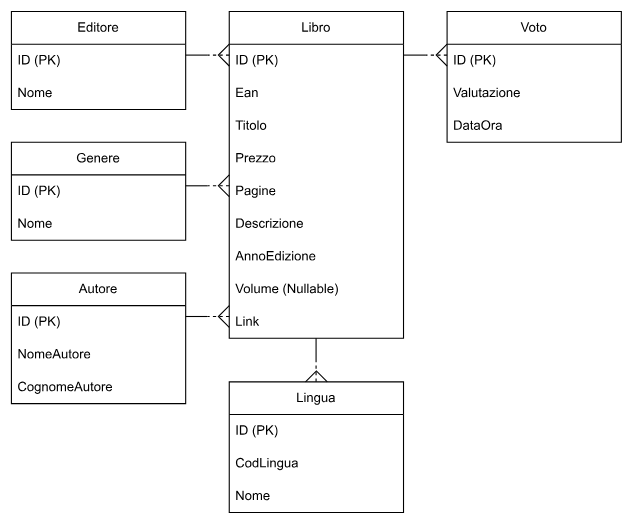
This is src/main/resources/utility/SchemaER.svg from Achille004-School/EsploraLibri, a draw.io export, as it was before one commit. Source tidied: cells renumbered, new cells last; positions are measured from the earlier drawing's top-left corner, leaving out a move shared by most shapes. Its diagram source:
```xml
<mxGraphModel>
  <root>
    <mxCell id="0" />
    <mxCell id="1" parent="0" />
    <mxCell id="2" value="Voto" style="swimlane;fontStyle=0;horizontal=1;startSize=30;whiteSpace=wrap;html=1;" parent="1" vertex="1">
      <mxGeometry x="400" width="160" height="120" as="geometry" />
    </mxCell>
    <mxCell id="3" value="ID (PK)" style="text;strokeColor=none;fillColor=none;align=left;verticalAlign=middle;spacingLeft=4;spacingRight=4;overflow=hidden;whiteSpace=wrap;html=1;" parent="2" vertex="1">
      <mxGeometry y="30" width="160" height="30" as="geometry" />
    </mxCell>
    <mxCell id="4" value="Valutazione" style="text;strokeColor=none;fillColor=none;align=left;verticalAlign=middle;spacingLeft=4;spacingRight=4;overflow=hidden;whiteSpace=wrap;html=1;" parent="2" vertex="1">
      <mxGeometry y="60" width="160" height="30" as="geometry" />
    </mxCell>
    <mxCell id="5" value="DataOra" style="text;strokeColor=none;fillColor=none;align=left;verticalAlign=middle;spacingLeft=4;spacingRight=4;overflow=hidden;whiteSpace=wrap;html=1;" parent="2" vertex="1">
      <mxGeometry y="90" width="160" height="30" as="geometry" />
    </mxCell>
    <mxCell id="6" value="Autore" style="swimlane;fontStyle=0;horizontal=1;startSize=30;whiteSpace=wrap;html=1;" parent="1" vertex="1">
      <mxGeometry y="240" width="160" height="120" as="geometry" />
    </mxCell>
    <mxCell id="7" value="ID (PK)" style="text;strokeColor=none;fillColor=none;align=left;verticalAlign=middle;spacingLeft=4;spacingRight=4;overflow=hidden;whiteSpace=wrap;html=1;" parent="6" vertex="1">
      <mxGeometry y="30" width="160" height="30" as="geometry" />
    </mxCell>
    <mxCell id="8" value="NomeAutore" style="text;strokeColor=none;fillColor=none;align=left;verticalAlign=middle;spacingLeft=4;spacingRight=4;overflow=hidden;whiteSpace=wrap;html=1;" parent="6" vertex="1">
      <mxGeometry y="60" width="160" height="30" as="geometry" />
    </mxCell>
    <mxCell id="9" value="CognomeAutore" style="text;strokeColor=none;fillColor=none;align=left;verticalAlign=middle;spacingLeft=4;spacingRight=4;overflow=hidden;whiteSpace=wrap;html=1;" parent="6" vertex="1">
      <mxGeometry y="90" width="160" height="30" as="geometry" />
    </mxCell>
    <mxCell id="10" value="Libro" style="swimlane;fontStyle=0;horizontal=1;startSize=30;whiteSpace=wrap;html=1;" parent="1" vertex="1">
      <mxGeometry x="200" width="160" height="300" as="geometry" />
    </mxCell>
    <mxCell id="11" value="ID (PK)" style="text;strokeColor=none;fillColor=none;align=left;verticalAlign=middle;spacingLeft=4;spacingRight=4;overflow=hidden;whiteSpace=wrap;html=1;" parent="10" vertex="1">
      <mxGeometry y="30" width="160" height="30" as="geometry" />
    </mxCell>
    <mxCell id="12" value="Ean" style="text;strokeColor=none;fillColor=none;align=left;verticalAlign=middle;spacingLeft=4;spacingRight=4;overflow=hidden;whiteSpace=wrap;html=1;" parent="10" vertex="1">
      <mxGeometry y="60" width="160" height="30" as="geometry" />
    </mxCell>
    <mxCell id="13" value="Titolo" style="text;strokeColor=none;fillColor=none;align=left;verticalAlign=middle;spacingLeft=4;spacingRight=4;overflow=hidden;whiteSpace=wrap;html=1;" parent="10" vertex="1">
      <mxGeometry y="90" width="160" height="30" as="geometry" />
    </mxCell>
    <mxCell id="14" value="Prezzo" style="text;strokeColor=none;fillColor=none;align=left;verticalAlign=middle;spacingLeft=4;spacingRight=4;overflow=hidden;whiteSpace=wrap;html=1;" parent="10" vertex="1">
      <mxGeometry y="120" width="160" height="30" as="geometry" />
    </mxCell>
    <mxCell id="15" value="Pagine" style="text;strokeColor=none;fillColor=none;align=left;verticalAlign=middle;spacingLeft=4;spacingRight=4;overflow=hidden;whiteSpace=wrap;html=1;" parent="10" vertex="1">
      <mxGeometry y="150" width="160" height="30" as="geometry" />
    </mxCell>
    <mxCell id="16" value="Descrizione" style="text;strokeColor=none;fillColor=none;align=left;verticalAlign=middle;spacingLeft=4;spacingRight=4;overflow=hidden;whiteSpace=wrap;html=1;" parent="10" vertex="1">
      <mxGeometry y="180" width="160" height="30" as="geometry" />
    </mxCell>
    <mxCell id="17" value="AnnoEdizione" style="text;strokeColor=none;fillColor=none;align=left;verticalAlign=middle;spacingLeft=4;spacingRight=4;overflow=hidden;whiteSpace=wrap;html=1;" parent="10" vertex="1">
      <mxGeometry y="210" width="160" height="30" as="geometry" />
    </mxCell>
    <mxCell id="18" value="Volume (Nullable)" style="text;strokeColor=none;fillColor=none;align=left;verticalAlign=middle;spacingLeft=4;spacingRight=4;overflow=hidden;whiteSpace=wrap;html=1;" parent="10" vertex="1">
      <mxGeometry y="240" width="160" height="30" as="geometry" />
    </mxCell>
    <mxCell id="19" value="Link" style="text;strokeColor=none;fillColor=none;align=left;verticalAlign=middle;spacingLeft=4;spacingRight=4;overflow=hidden;whiteSpace=wrap;html=1;" parent="10" vertex="1">
      <mxGeometry y="270" width="160" height="30" as="geometry" />
    </mxCell>
    <mxCell id="20" value="Editore" style="swimlane;fontStyle=0;horizontal=1;startSize=30;whiteSpace=wrap;html=1;" parent="1" vertex="1">
      <mxGeometry width="160" height="90" as="geometry" />
    </mxCell>
    <mxCell id="21" value="ID (PK)" style="text;strokeColor=none;fillColor=none;align=left;verticalAlign=middle;spacingLeft=4;spacingRight=4;overflow=hidden;whiteSpace=wrap;html=1;" parent="20" vertex="1">
      <mxGeometry y="30" width="160" height="30" as="geometry" />
    </mxCell>
    <mxCell id="22" value="Nome" style="text;strokeColor=none;fillColor=none;align=left;verticalAlign=middle;spacingLeft=4;spacingRight=4;overflow=hidden;whiteSpace=wrap;html=1;" parent="20" vertex="1">
      <mxGeometry y="60" width="160" height="30" as="geometry" />
    </mxCell>
    <mxCell id="23" value="Genere" style="swimlane;fontStyle=0;horizontal=1;startSize=30;whiteSpace=wrap;html=1;" parent="1" vertex="1">
      <mxGeometry y="120" width="160" height="90" as="geometry" />
    </mxCell>
    <mxCell id="24" value="ID (PK)" style="text;strokeColor=none;fillColor=none;align=left;verticalAlign=middle;spacingLeft=4;spacingRight=4;overflow=hidden;whiteSpace=wrap;html=1;" parent="23" vertex="1">
      <mxGeometry y="30" width="160" height="30" as="geometry" />
    </mxCell>
    <mxCell id="25" value="Nome" style="text;strokeColor=none;fillColor=none;align=left;verticalAlign=middle;spacingLeft=4;spacingRight=4;overflow=hidden;whiteSpace=wrap;html=1;" parent="23" vertex="1">
      <mxGeometry y="60" width="160" height="30" as="geometry" />
    </mxCell>
    <mxCell id="26" value="Lingua" style="swimlane;fontStyle=0;horizontal=1;startSize=30;whiteSpace=wrap;html=1;" parent="1" vertex="1">
      <mxGeometry x="200" y="340" width="160" height="120" as="geometry" />
    </mxCell>
    <mxCell id="27" value="ID (PK)" style="text;strokeColor=none;fillColor=none;align=left;verticalAlign=middle;spacingLeft=4;spacingRight=4;overflow=hidden;whiteSpace=wrap;html=1;" parent="26" vertex="1">
      <mxGeometry y="30" width="160" height="30" as="geometry" />
    </mxCell>
    <mxCell id="28" value="CodLingua" style="text;strokeColor=none;fillColor=none;align=left;verticalAlign=middle;spacingLeft=4;spacingRight=4;overflow=hidden;whiteSpace=wrap;html=1;" parent="26" vertex="1">
      <mxGeometry y="60" width="160" height="30" as="geometry" />
    </mxCell>
    <mxCell id="29" value="Nome" style="text;strokeColor=none;fillColor=none;align=left;verticalAlign=middle;spacingLeft=4;spacingRight=4;overflow=hidden;whiteSpace=wrap;html=1;" parent="26" vertex="1">
      <mxGeometry y="90" width="160" height="30" as="geometry" />
    </mxCell>
    <mxCell id="30" style="endArrow=none;html=1;rounded=0;" parent="1" edge="1">
      <mxGeometry relative="1" as="geometry">
        <mxPoint x="180" y="160" as="sourcePoint" />
        <mxPoint x="160" y="160" as="targetPoint" />
      </mxGeometry>
    </mxCell>
    <mxCell id="31" style="endArrow=none;dashed=1;html=1;rounded=0;" parent="1" edge="1">
      <mxGeometry relative="1" as="geometry">
        <mxPoint x="200" y="160" as="sourcePoint" />
        <mxPoint x="180" y="160" as="targetPoint" />
      </mxGeometry>
    </mxCell>
    <mxCell id="32" style="endArrow=none;html=1;rounded=0;" parent="1" edge="1">
      <mxGeometry relative="1" as="geometry">
        <mxPoint x="200" y="170" as="sourcePoint" />
        <mxPoint x="200" y="150" as="targetPoint" />
        <Array as="points">
          <mxPoint x="190" y="160" />
        </Array>
      </mxGeometry>
    </mxCell>
    <mxCell id="33" style="endArrow=none;html=1;rounded=0;" parent="1" edge="1">
      <mxGeometry relative="1" as="geometry">
        <mxPoint x="180" y="40" as="sourcePoint" />
        <mxPoint x="160" y="40" as="targetPoint" />
      </mxGeometry>
    </mxCell>
    <mxCell id="34" style="endArrow=none;dashed=1;html=1;rounded=0;" parent="1" edge="1">
      <mxGeometry relative="1" as="geometry">
        <mxPoint x="200" y="40" as="sourcePoint" />
        <mxPoint x="180" y="40" as="targetPoint" />
      </mxGeometry>
    </mxCell>
    <mxCell id="35" style="endArrow=none;html=1;rounded=0;" parent="1" edge="1">
      <mxGeometry relative="1" as="geometry">
        <mxPoint x="200" y="50" as="sourcePoint" />
        <mxPoint x="200" y="30" as="targetPoint" />
        <Array as="points">
          <mxPoint x="190" y="40" />
        </Array>
      </mxGeometry>
    </mxCell>
    <mxCell id="36" style="endArrow=none;html=1;rounded=0;" parent="1" edge="1">
      <mxGeometry relative="1" as="geometry">
        <mxPoint x="180" y="280" as="sourcePoint" />
        <mxPoint x="160" y="280" as="targetPoint" />
      </mxGeometry>
    </mxCell>
    <mxCell id="37" style="endArrow=none;dashed=1;html=1;rounded=0;" parent="1" edge="1">
      <mxGeometry relative="1" as="geometry">
        <mxPoint x="200" y="280" as="sourcePoint" />
        <mxPoint x="180" y="280" as="targetPoint" />
      </mxGeometry>
    </mxCell>
    <mxCell id="38" style="endArrow=none;html=1;rounded=0;" parent="1" edge="1">
      <mxGeometry relative="1" as="geometry">
        <mxPoint x="200" y="290" as="sourcePoint" />
        <mxPoint x="200" y="270" as="targetPoint" />
        <Array as="points">
          <mxPoint x="190" y="280" />
        </Array>
      </mxGeometry>
    </mxCell>
    <mxCell id="39" style="endArrow=none;html=1;rounded=0;" parent="1" edge="1">
      <mxGeometry relative="1" as="geometry">
        <mxPoint x="279.7" y="320" as="sourcePoint" />
        <mxPoint x="279.7" y="300" as="targetPoint" />
      </mxGeometry>
    </mxCell>
    <mxCell id="40" style="endArrow=none;dashed=1;html=1;rounded=0;" parent="1" edge="1">
      <mxGeometry relative="1" as="geometry">
        <mxPoint x="279.7" y="340" as="sourcePoint" />
        <mxPoint x="279.7" y="320" as="targetPoint" />
      </mxGeometry>
    </mxCell>
    <mxCell id="41" style="endArrow=none;html=1;rounded=0;" parent="1" edge="1">
      <mxGeometry relative="1" as="geometry">
        <mxPoint x="270" y="340" as="sourcePoint" />
        <mxPoint x="290" y="340" as="targetPoint" />
        <Array as="points">
          <mxPoint x="280" y="330" />
        </Array>
      </mxGeometry>
    </mxCell>
    <mxCell id="42" style="endArrow=none;html=1;rounded=0;" parent="1" edge="1">
      <mxGeometry relative="1" as="geometry">
        <mxPoint x="380" y="40" as="sourcePoint" />
        <mxPoint x="360" y="40" as="targetPoint" />
      </mxGeometry>
    </mxCell>
    <mxCell id="43" style="endArrow=none;dashed=1;html=1;rounded=0;" parent="1" edge="1">
      <mxGeometry relative="1" as="geometry">
        <mxPoint x="400" y="40" as="sourcePoint" />
        <mxPoint x="380" y="40" as="targetPoint" />
      </mxGeometry>
    </mxCell>
    <mxCell id="44" style="endArrow=none;html=1;rounded=0;" parent="1" edge="1">
      <mxGeometry relative="1" as="geometry">
        <mxPoint x="400" y="50" as="sourcePoint" />
        <mxPoint x="400" y="30" as="targetPoint" />
        <Array as="points">
          <mxPoint x="390" y="40" />
        </Array>
      </mxGeometry>
    </mxCell>
  </root>
</mxGraphModel>
```
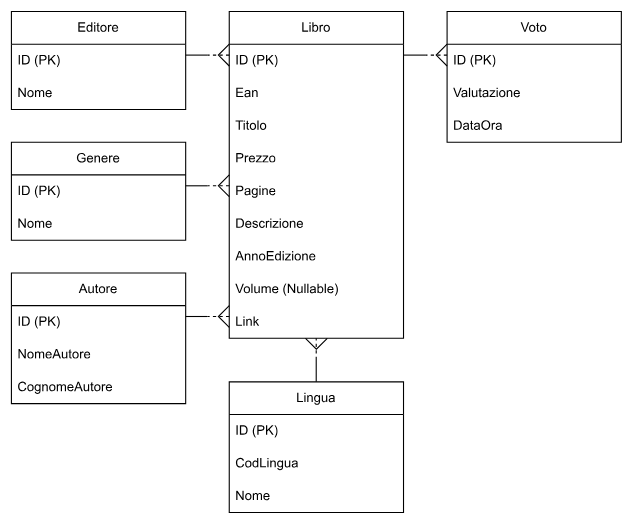
After the change.

Commit message:
Sistemato piccolo errore in una associazione nello schema ER.

What changed in the source:
```diff
@@ -86,6 +86,12 @@
     <mxCell id="29" value="Nome" style="text;strokeColor=none;fillColor=none;align=left;verticalAlign=middle;spacingLeft=4;spacingRight=4;overflow=hidden;whiteSpace=wrap;html=1;" parent="26" vertex="1">
       <mxGeometry y="90" width="160" height="30" as="geometry" />
     </mxCell>
+    <mxCell id="39" style="endArrow=none;html=1;rounded=0;" parent="26" edge="1">
+      <mxGeometry relative="1" as="geometry">
+        <mxPoint x="79.9" as="sourcePoint" />
+        <mxPoint x="79.9" y="-20" as="targetPoint" />
+      </mxGeometry>
+    </mxCell>
     <mxCell id="30" style="endArrow=none;html=1;rounded=0;" parent="1" edge="1">
       <mxGeometry relative="1" as="geometry">
         <mxPoint x="180" y="160" as="sourcePoint" />
@@ -149,24 +155,18 @@
         </Array>
       </mxGeometry>
     </mxCell>
-    <mxCell id="39" style="endArrow=none;html=1;rounded=0;" parent="1" edge="1">
-      <mxGeometry relative="1" as="geometry">
-        <mxPoint x="279.7" y="320" as="sourcePoint" />
-        <mxPoint x="279.7" y="300" as="targetPoint" />
-      </mxGeometry>
-    </mxCell>
     <mxCell id="40" style="endArrow=none;dashed=1;html=1;rounded=0;" parent="1" edge="1">
       <mxGeometry relative="1" as="geometry">
-        <mxPoint x="279.7" y="340" as="sourcePoint" />
-        <mxPoint x="279.7" y="320" as="targetPoint" />
+        <mxPoint x="279.9" y="320" as="sourcePoint" />
+        <mxPoint x="279.9" y="300" as="targetPoint" />
       </mxGeometry>
     </mxCell>
     <mxCell id="41" style="endArrow=none;html=1;rounded=0;" parent="1" edge="1">
       <mxGeometry relative="1" as="geometry">
-        <mxPoint x="270" y="340" as="sourcePoint" />
-        <mxPoint x="290" y="340" as="targetPoint" />
+        <mxPoint x="270" y="300" as="sourcePoint" />
+        <mxPoint x="290" y="300" as="targetPoint" />
         <Array as="points">
-          <mxPoint x="280" y="330" />
+          <mxPoint x="280" y="310" />
         </Array>
       </mxGeometry>
     </mxCell>
```
